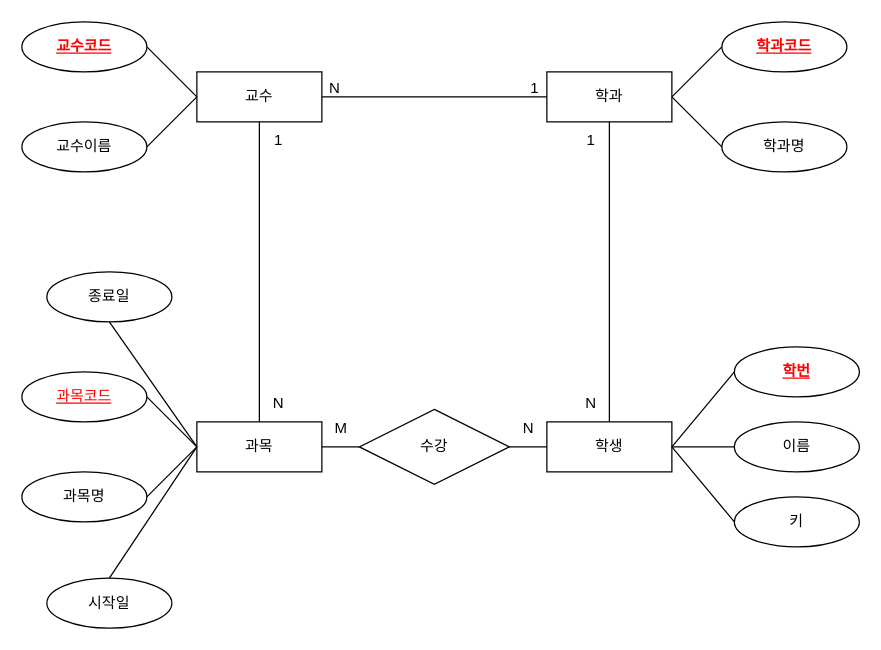
oin1230/OIN keeps this draw.io diagram as 학사관리.drawio. Above is the earlier version. Source tidied: cells renumbered, new cells numbered last; positions are measured from the earlier drawing's top-left corner, leaving out a move shared by most shapes. Both pictures are drawn from the tidied source at 125%, with x=0, y=0 at pixel (21, 21).
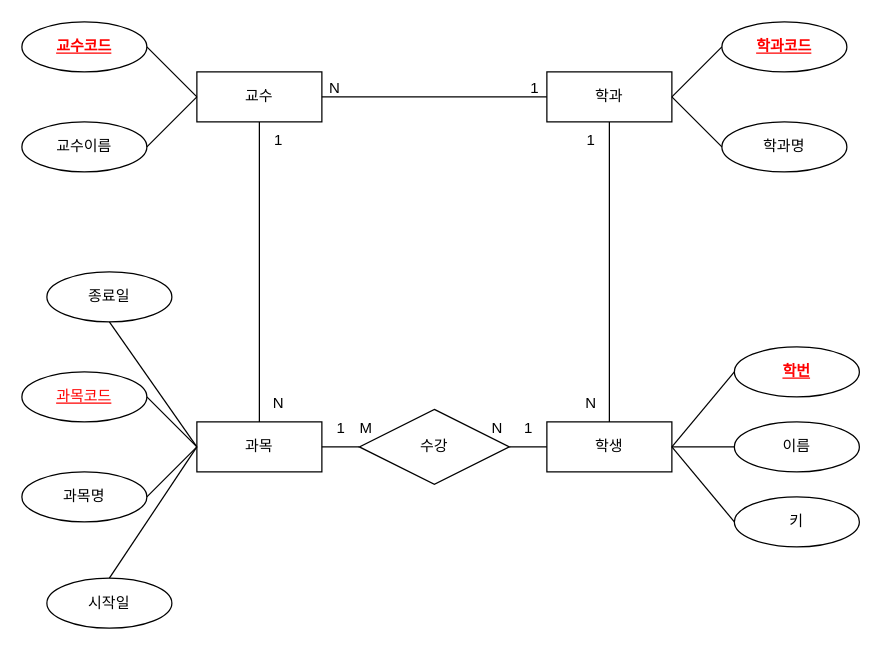
Above is the later version.

Commit message (it also covers changes not shown here):
학사관리.drawio 업데이트

The edit, as a diff of the source:
```diff
@@
     <mxCell id="40" value="M" style="text;html=1;align=center;verticalAlign=middle;strokeColor=none;fillColor=none;" parent="1" vertex="1">
-      <mxGeometry x="240" y="310" width="30" height="30" as="geometry" />
+      <mxGeometry x="260" y="310" width="30" height="30" as="geometry" />
     </mxCell>
     <mxCell id="41" value="N" style="text;html=1;align=center;verticalAlign=middle;strokeColor=none;fillColor=none;" parent="1" vertex="1">
-      <mxGeometry x="390" y="310" width="30" height="30" as="geometry" />
+      <mxGeometry x="365" y="310" width="30" height="30" as="geometry" />
     </mxCell>
+    <mxCell id="42" value="1" style="text;html=1;align=center;verticalAlign=middle;strokeColor=none;fillColor=none;" parent="1" vertex="1">
+      <mxGeometry x="240" y="310" width="30" height="30" as="geometry" />
+    </mxCell>
+    <mxCell id="43" value="1" style="text;html=1;align=center;verticalAlign=middle;strokeColor=none;fillColor=none;" parent="1" vertex="1">
+      <mxGeometry x="390" y="310" width="30" height="30" as="geometry" />
+    </mxCell>
```
